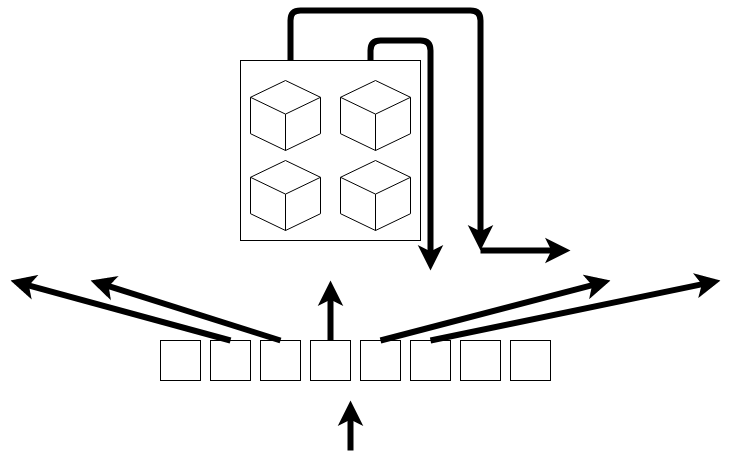
Earlier version of the draw.io export example_att/feedfwdKbattTF.png (marvosyntactical/joeynmt). Source tidied: cells renumbered, new cells last; positions are measured from the earlier drawing's top-left corner, leaving out a move shared by most shapes.
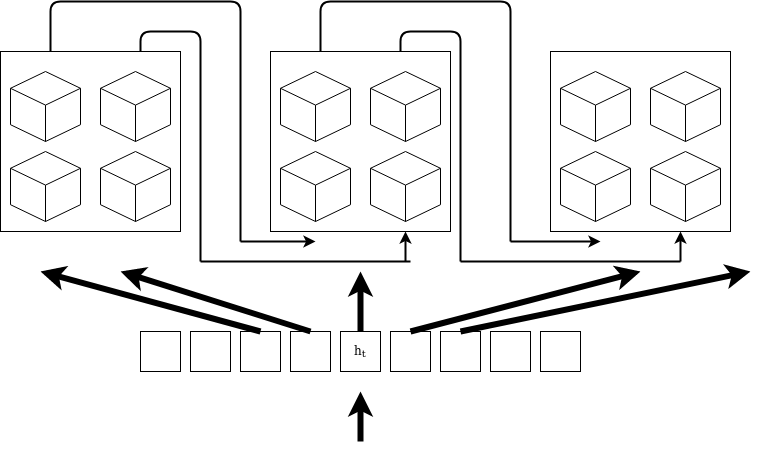
After the change.

Diff of the diagram source:
```diff
@@ -16,7 +16,7 @@
         <mxPoint x="320" y="270" as="targetPoint" />
       </mxGeometry>
     </mxCell>
-    <mxCell id="6" style="whiteSpace=wrap;html=1;" parent="1" vertex="1">
+    <mxCell id="6" value="h&lt;sub&gt;t&lt;/sub&gt;" style="whiteSpace=wrap;html=1;" parent="1" vertex="1">
       <mxGeometry x="300" y="330" width="40" height="40" as="geometry" />
     </mxCell>
     <mxCell id="7" style="whiteSpace=wrap;html=1;" parent="1" vertex="1">
@@ -33,8 +33,8 @@
     </mxCell>
     <mxCell id="11" style="endArrow=classic;html=1;strokeWidth=6;" parent="1" edge="1">
       <mxGeometry relative="1" as="geometry">
-        <mxPoint x="340" y="440" as="sourcePoint" />
-        <mxPoint x="340" y="390" as="targetPoint" />
+        <mxPoint x="320" y="440" as="sourcePoint" />
+        <mxPoint x="320" y="390" as="targetPoint" />
       </mxGeometry>
     </mxCell>
     <mxCell id="12" style="html=1;whiteSpace=wrap;shape=isoCube2;backgroundOutline=1;isoAngle=15;" parent="1" vertex="1">
@@ -49,7 +49,7 @@
     <mxCell id="15" style="html=1;whiteSpace=wrap;shape=isoCube2;backgroundOutline=1;isoAngle=15;" parent="1" vertex="1">
       <mxGeometry x="330" y="70" width="70" height="70" as="geometry" />
     </mxCell>
-    <mxCell id="16" style="edgeStyle=elbowEdgeStyle;elbow=vertical;endArrow=classic;html=1;strokeWidth=6;" parent="1" edge="1">
+    <mxCell id="16" style="edgeStyle=elbowEdgeStyle;elbow=vertical;endArrow=none;html=1;strokeWidth=2;jumpSize=2;endFill=0;" parent="1" edge="1">
       <mxGeometry relative="1" as="geometry">
         <mxPoint x="360" y="50" as="sourcePoint" />
         <mxPoint x="420" y="260" as="targetPoint" />
@@ -58,7 +58,7 @@
         </Array>
       </mxGeometry>
     </mxCell>
-    <mxCell id="17" style="edgeStyle=elbowEdgeStyle;elbow=vertical;endArrow=classic;html=1;strokeWidth=6;" parent="1" edge="1">
+    <mxCell id="17" style="edgeStyle=elbowEdgeStyle;elbow=vertical;endArrow=none;html=1;strokeWidth=2;jumpSize=2;endFill=0;" parent="1" edge="1">
       <mxGeometry relative="1" as="geometry">
         <mxPoint x="280" y="50" as="sourcePoint" />
         <mxPoint x="470" y="240" as="targetPoint" />
@@ -90,11 +90,91 @@
         <mxPoint y="270" as="targetPoint" />
       </mxGeometry>
     </mxCell>
-    <mxCell id="23" style="endArrow=classic;html=1;strokeWidth=6;" parent="1" edge="1">
+    <mxCell id="23" style="endArrow=classic;html=1;strokeWidth=2;" parent="1" edge="1">
       <mxGeometry relative="1" as="geometry">
         <mxPoint x="470" y="240" as="sourcePoint" />
         <mxPoint x="560" y="240" as="targetPoint" />
       </mxGeometry>
     </mxCell>
+    <mxCell id="24" style="whiteSpace=wrap;html=1;" parent="1" vertex="1">
+      <mxGeometry x="100" y="330" width="40" height="40" as="geometry" />
+    </mxCell>
+    <mxCell id="25" style="endArrow=none;html=1;strokeWidth=2;endFill=0;" parent="1" edge="1">
+      <mxGeometry relative="1" as="geometry">
+        <mxPoint x="420" y="260" as="sourcePoint" />
+        <mxPoint x="640" y="260" as="targetPoint" />
+      </mxGeometry>
+    </mxCell>
+    <mxCell id="26" style="endArrow=classic;html=1;strokeWidth=2;" parent="1" edge="1">
+      <mxGeometry relative="1" as="geometry">
+        <mxPoint x="640" y="260" as="sourcePoint" />
+        <mxPoint x="640" y="230" as="targetPoint" />
+      </mxGeometry>
+    </mxCell>
+    <mxCell id="27" style="html=1;whiteSpace=wrap;shape=isoCube2;backgroundOutline=1;isoAngle=15;" parent="1" vertex="1">
+      <mxGeometry x="520" y="150" width="70" height="70" as="geometry" />
+    </mxCell>
+    <mxCell id="28" style="html=1;whiteSpace=wrap;shape=isoCube2;backgroundOutline=1;isoAngle=15;" parent="1" vertex="1">
+      <mxGeometry x="520" y="70" width="70" height="70" as="geometry" />
+    </mxCell>
+    <mxCell id="29" style="html=1;whiteSpace=wrap;shape=isoCube2;backgroundOutline=1;isoAngle=15;" parent="1" vertex="1">
+      <mxGeometry x="610" y="150" width="70" height="70" as="geometry" />
+    </mxCell>
+    <mxCell id="30" style="html=1;whiteSpace=wrap;shape=isoCube2;backgroundOutline=1;isoAngle=15;" parent="1" vertex="1">
+      <mxGeometry x="610" y="70" width="70" height="70" as="geometry" />
+    </mxCell>
+    <mxCell id="31" style="whiteSpace=wrap;html=1;fillColor=none;" parent="1" vertex="1">
+      <mxGeometry x="510" y="50" width="180" height="180" as="geometry" />
+    </mxCell>
+    <mxCell id="32" style="html=1;whiteSpace=wrap;shape=isoCube2;backgroundOutline=1;isoAngle=15;" parent="1" vertex="1">
+      <mxGeometry x="-30" y="150" width="70" height="70" as="geometry" />
+    </mxCell>
+    <mxCell id="33" style="html=1;whiteSpace=wrap;shape=isoCube2;backgroundOutline=1;isoAngle=15;" parent="1" vertex="1">
+      <mxGeometry x="-30" y="70" width="70" height="70" as="geometry" />
+    </mxCell>
+    <mxCell id="34" style="html=1;whiteSpace=wrap;shape=isoCube2;backgroundOutline=1;isoAngle=15;" parent="1" vertex="1">
+      <mxGeometry x="60" y="150" width="70" height="70" as="geometry" />
+    </mxCell>
+    <mxCell id="35" style="html=1;whiteSpace=wrap;shape=isoCube2;backgroundOutline=1;isoAngle=15;" parent="1" vertex="1">
+      <mxGeometry x="60" y="70" width="70" height="70" as="geometry" />
+    </mxCell>
+    <mxCell id="36" style="whiteSpace=wrap;html=1;fillColor=none;" parent="1" vertex="1">
+      <mxGeometry x="-40" y="50" width="180" height="180" as="geometry" />
+    </mxCell>
+    <mxCell id="37" style="edgeStyle=elbowEdgeStyle;elbow=vertical;endArrow=none;html=1;strokeWidth=2;endFill=0;" parent="1" edge="1">
+      <mxGeometry relative="1" as="geometry">
+        <mxPoint x="10" y="50" as="sourcePoint" />
+        <mxPoint x="200" y="240" as="targetPoint" />
+        <Array as="points">
+          <mxPoint x="90" />
+        </Array>
+      </mxGeometry>
+    </mxCell>
+    <mxCell id="38" style="edgeStyle=elbowEdgeStyle;elbow=vertical;endArrow=none;html=1;strokeWidth=2;jumpSize=2;endFill=0;" parent="1" edge="1">
+      <mxGeometry relative="1" as="geometry">
+        <mxPoint x="100" y="50" as="sourcePoint" />
+        <mxPoint x="160" y="260" as="targetPoint" />
+        <Array as="points">
+          <mxPoint x="160" y="30" />
+        </Array>
+      </mxGeometry>
+    </mxCell>
+    <mxCell id="39" style="endArrow=none;html=1;strokeWidth=2;endFill=0;" parent="1" edge="1">
+      <mxGeometry relative="1" as="geometry">
+        <mxPoint x="160" y="260" as="sourcePoint" />
+        <mxPoint x="370" y="260" as="targetPoint" />
+      </mxGeometry>
+    </mxCell>
+    <mxCell id="40" style="endArrow=classic;html=1;strokeWidth=2;entryX=0.75;entryY=1;entryDx=0;entryDy=0;" parent="1" edge="1" target="18">
+      <mxGeometry relative="1" as="geometry">
+        <mxPoint x="365" y="260" as="sourcePoint" />
+      </mxGeometry>
+    </mxCell>
+    <mxCell id="41" style="endArrow=classic;html=1;strokeWidth=2;" parent="1" edge="1">
+      <mxGeometry relative="1" as="geometry">
+        <mxPoint x="200" y="240" as="sourcePoint" />
+        <mxPoint x="275" y="240" as="targetPoint" />
+      </mxGeometry>
+    </mxCell>
   </root>
 </mxGraphModel>
```
